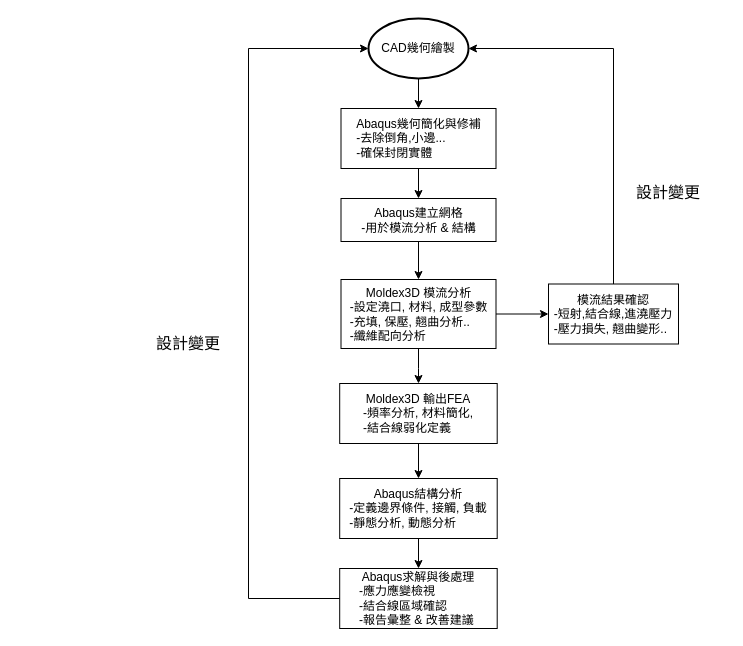
This is Moldex3D_abaqus.drawio from TerryChan726/draw_io, a draw.io file, before an edit. Source tidied: cells renumbered, new cells numbered last; positions are measured from the earlier drawing's top-left corner, leaving out a move shared by most shapes. Both pictures are drawn from the tidied source at 100%, with x=0, y=0 at pixel (138, 18).
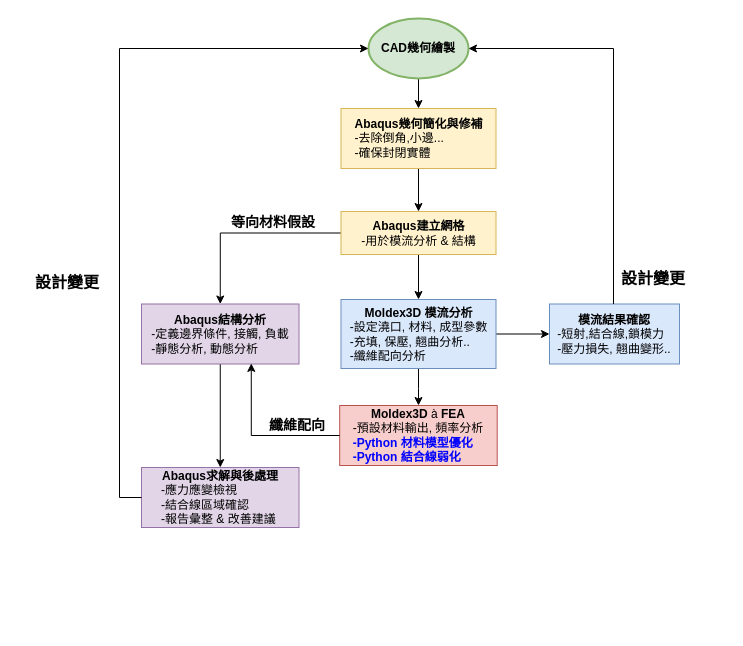
Above is the later version.

Diff of the diagram source:
```diff
@@
-    <mxCell id="3" value="Abaqus幾何簡化與修補&lt;div&gt;&lt;div style=&quot;text-align: left;&quot;&gt;&lt;span style=&quot;background-color: transparent; color: light-dark(rgb(0, 0, 0), rgb(255, 255, 255));&quot;&gt;-去除倒角,小邊...&lt;/span&gt;&lt;/div&gt;&lt;/div&gt;&lt;div style=&quot;text-align: left;&quot;&gt;&lt;span style=&quot;background-color: transparent; color: light-dark(rgb(0, 0, 0), rgb(255, 255, 255));&quot;&gt;-確保封閉實體&lt;/span&gt;&lt;/div&gt;" style="rounded=0;whiteSpace=wrap;html=1;" parent="1" vertex="1">
+    <mxCell id="3" value="&lt;b&gt;Abaqus幾何簡化與修補&lt;/b&gt;&lt;div&gt;&lt;div style=&quot;text-align: left;&quot;&gt;&lt;span style=&quot;background-color: transparent; color: light-dark(rgb(0, 0, 0), rgb(255, 255, 255));&quot;&gt;-去除倒角,小邊...&lt;/span&gt;&lt;/div&gt;&lt;/div&gt;&lt;div style=&quot;text-align: left;&quot;&gt;&lt;span style=&quot;background-color: transparent; color: light-dark(rgb(0, 0, 0), rgb(255, 255, 255));&quot;&gt;-確保封閉實體&lt;/span&gt;&lt;/div&gt;" style="rounded=0;whiteSpace=wrap;html=1;fillColor=#fff2cc;strokeColor=#d6b656;" parent="1" vertex="1">
       <mxGeometry x="202.5" y="90" width="155" height="60" as="geometry" />
     </mxCell>
@@
-    <mxCell id="5" value="CAD幾何繪製" style="strokeWidth=2;html=1;shape=mxgraph.flowchart.start_1;whiteSpace=wrap;" parent="1" vertex="1">
+    <mxCell id="5" value="&lt;b&gt;CAD幾何繪製&lt;/b&gt;" style="strokeWidth=2;html=1;shape=mxgraph.flowchart.start_1;whiteSpace=wrap;fillColor=#d5e8d4;strokeColor=#82b366;" parent="1" vertex="1">
       <mxGeometry x="230" width="100" height="60" as="geometry" />
     </mxCell>
@@
+    <mxCell id="21" style="edgeStyle=orthogonalEdgeStyle;rounded=0;jettySize=auto;html=1;exitX=0;exitY=0.5;exitDx=0;exitDy=0;entryX=0.5;entryY=0;entryDx=0;entryDy=0;" parent="1" edge="1" source="7" target="14">
+      <mxGeometry relative="1" as="geometry" />
+    </mxCell>
-    <mxCell id="7" value="&lt;div style=&quot;&quot;&gt;&lt;span style=&quot;background-color: transparent; color: light-dark(rgb(0, 0, 0), rgb(255, 255, 255));&quot;&gt;Abaqus建立網格&lt;/span&gt;&lt;/div&gt;&lt;div&gt;&lt;div style=&quot;text-align: left;&quot;&gt;&lt;span style=&quot;background-color: transparent; color: light-dark(rgb(0, 0, 0), rgb(255, 255, 255));&quot;&gt;-用於模流分析 &amp;amp; 結構&lt;/span&gt;&lt;/div&gt;&lt;/div&gt;" style="rounded=0;whiteSpace=wrap;html=1;" parent="1" vertex="1">
-      <mxGeometry x="202.5" y="180" width="155" height="43" as="geometry" />
+    <mxCell id="7" value="&lt;div style=&quot;&quot;&gt;&lt;span style=&quot;background-color: transparent; color: light-dark(rgb(0, 0, 0), rgb(255, 255, 255));&quot;&gt;&lt;b&gt;Abaqus建立網格&lt;/b&gt;&lt;/span&gt;&lt;/div&gt;&lt;div&gt;&lt;div style=&quot;text-align: left;&quot;&gt;&lt;span style=&quot;background-color: transparent; color: light-dark(rgb(0, 0, 0), rgb(255, 255, 255));&quot;&gt;-用於模流分析 &amp;amp; 結構&lt;/span&gt;&lt;/div&gt;&lt;/div&gt;" style="rounded=0;whiteSpace=wrap;html=1;fillColor=#fff2cc;strokeColor=#d6b656;" parent="1" vertex="1">
+      <mxGeometry x="202.5" y="193" width="155" height="43" as="geometry" />
     </mxCell>
@@
-    <mxCell id="10" value="&lt;div style=&quot;&quot;&gt;&lt;span style=&quot;background-color: transparent; color: light-dark(rgb(0, 0, 0), rgb(255, 255, 255));&quot;&gt;Moldex3D 模流分析&lt;/span&gt;&lt;/div&gt;&lt;div style=&quot;text-align: left;&quot;&gt;-設定澆口, 材料, 成型參數&lt;/div&gt;&lt;div style=&quot;text-align: left;&quot;&gt;-充填, 保壓, 翹曲分析..&lt;/div&gt;&lt;div style=&quot;text-align: left;&quot;&gt;-纖維配向分析&lt;/div&gt;" style="rounded=0;whiteSpace=wrap;html=1;align=center;" parent="1" vertex="1">
-      <mxGeometry x="202.5" y="261" width="155" height="69" as="geometry" />
+    <mxCell id="10" value="&lt;div style=&quot;&quot;&gt;&lt;span style=&quot;background-color: transparent; color: light-dark(rgb(0, 0, 0), rgb(255, 255, 255));&quot;&gt;&lt;b&gt;Moldex3D 模流分析&lt;/b&gt;&lt;/span&gt;&lt;/div&gt;&lt;div style=&quot;text-align: left;&quot;&gt;-設定澆口, 材料, 成型參數&lt;/div&gt;&lt;div style=&quot;text-align: left;&quot;&gt;-充填, 保壓, 翹曲分析..&lt;/div&gt;&lt;div style=&quot;text-align: left;&quot;&gt;-纖維配向分析&lt;/div&gt;" style="rounded=0;whiteSpace=wrap;html=1;align=center;fillColor=#dae8fc;strokeColor=#6c8ebf;" parent="1" vertex="1">
+      <mxGeometry x="202.5" y="281" width="155" height="69" as="geometry" />
     </mxCell>
-    <mxCell id="11" style="edgeStyle=orthogonalEdgeStyle;rounded=0;jettySize=auto;html=1;" parent="1" edge="1" source="12" target="14">
-      <mxGeometry relative="1" as="geometry" />
-    </mxCell>
-    <mxCell id="12" value="&lt;div style=&quot;&quot;&gt;&lt;span style=&quot;background-color: transparent; color: light-dark(rgb(0, 0, 0), rgb(255, 255, 255));&quot;&gt;Moldex3D 輸出FEA&lt;/span&gt;&lt;/div&gt;&lt;div&gt;-頻率分析,&amp;nbsp;&lt;span style=&quot;background-color: transparent; color: light-dark(rgb(0, 0, 0), rgb(255, 255, 255));&quot;&gt;材料簡化,&lt;/span&gt;&lt;/div&gt;&lt;div style=&quot;text-align: left;&quot;&gt;&lt;span style=&quot;background-color: transparent; color: light-dark(rgb(0, 0, 0), rgb(255, 255, 255));&quot;&gt;-結合線弱化定義&lt;/span&gt;&lt;/div&gt;" style="rounded=0;whiteSpace=wrap;html=1;align=center;" parent="1" vertex="1">
-      <mxGeometry x="201.2" y="365" width="157.5" height="60" as="geometry" />
+    <mxCell id="12" value="&lt;div style=&quot;&quot;&gt;&lt;span style=&quot;background-color: transparent; color: light-dark(rgb(0, 0, 0), rgb(255, 255, 255));&quot;&gt;&lt;b&gt;Moldex3D&amp;nbsp;&lt;/b&gt;&lt;/span&gt;&lt;span style=&quot;font-family: Wingdings; background-color: transparent; color: light-dark(rgb(0, 0, 0), rgb(255, 255, 255));&quot;&gt;&lt;font&gt;à&lt;/font&gt;&lt;/span&gt;&lt;b style=&quot;background-color: transparent; color: light-dark(rgb(0, 0, 0), rgb(255, 255, 255));&quot;&gt;&amp;nbsp;FEA&lt;/b&gt;&lt;/div&gt;&lt;div style=&quot;text-align: left;&quot;&gt;-預設材料輸出, 頻率分析&lt;/div&gt;&lt;div style=&quot;text-align: left;&quot;&gt;&lt;span style=&quot;background-color: transparent;&quot;&gt;&lt;font style=&quot;color: rgb(0, 0, 255);&quot;&gt;&lt;b&gt;-Python 材料模型優化&lt;/b&gt;&lt;/font&gt;&lt;/span&gt;&lt;/div&gt;&lt;div style=&quot;text-align: left;&quot;&gt;&lt;font style=&quot;color: rgb(0, 0, 255);&quot;&gt;&lt;b&gt;-Python 結合線弱化&lt;/b&gt;&lt;/font&gt;&lt;/div&gt;" style="rounded=0;whiteSpace=wrap;html=1;align=center;fillColor=#f8cecc;strokeColor=#b85450;" parent="1" vertex="1">
+      <mxGeometry x="201.2" y="387" width="157.5" height="60" as="geometry" />
     </mxCell>
-    <mxCell id="13" style="edgeStyle=orthogonalEdgeStyle;rounded=0;jettySize=auto;html=1;" parent="1" edge="1" source="14" target="15">
-      <mxGeometry relative="1" as="geometry" />
-    </mxCell>
-    <mxCell id="14" value="&lt;div style=&quot;&quot;&gt;Abaqus結構分析&lt;/div&gt;&lt;div&gt;-定義邊界條件, 接觸, 負載&lt;/div&gt;&lt;div style=&quot;text-align: left;&quot;&gt;&lt;span style=&quot;background-color: transparent; color: light-dark(rgb(0, 0, 0), rgb(255, 255, 255));&quot;&gt;-靜態分析, 動態分析&lt;/span&gt;&lt;/div&gt;" style="rounded=0;whiteSpace=wrap;html=1;align=center;" parent="1" vertex="1">
-      <mxGeometry x="201.2" y="460" width="157.5" height="60" as="geometry" />
-    </mxCell>
-    <mxCell id="15" value="&lt;div style=&quot;&quot;&gt;Abaqus求解與後處理&lt;/div&gt;&lt;div style=&quot;text-align: left;&quot;&gt;-應力應變檢視&lt;/div&gt;&lt;div style=&quot;text-align: left;&quot;&gt;-結合線區域確認&lt;/div&gt;&lt;div style=&quot;text-align: left;&quot;&gt;-報告彙整 &amp;amp; 改善建議&amp;nbsp;&lt;/div&gt;" style="rounded=0;whiteSpace=wrap;html=1;align=center;" parent="1" vertex="1">
-      <mxGeometry x="201.2" y="550" width="157.5" height="60" as="geometry" />
+    <mxCell id="15" value="&lt;div style=&quot;&quot;&gt;&lt;b&gt;Abaqus求解與後處理&lt;/b&gt;&lt;/div&gt;&lt;div style=&quot;text-align: left;&quot;&gt;-應力應變檢視&lt;/div&gt;&lt;div style=&quot;text-align: left;&quot;&gt;-結合線區域確認&lt;/div&gt;&lt;div style=&quot;text-align: left;&quot;&gt;-報告彙整 &amp;amp; 改善建議&amp;nbsp;&lt;/div&gt;" style="rounded=0;whiteSpace=wrap;html=1;align=center;fillColor=#e1d5e7;strokeColor=#9673a6;" parent="1" vertex="1">
+      <mxGeometry x="3" y="449" width="157.5" height="60" as="geometry" />
     </mxCell>
-    <mxCell id="16" value="模流結果確認&lt;div style=&quot;text-align: left;&quot;&gt;-短射,結合線,進澆壓力&lt;/div&gt;&lt;div style=&quot;text-align: left;&quot;&gt;&lt;span style=&quot;background-color: transparent; color: light-dark(rgb(0, 0, 0), rgb(255, 255, 255));&quot;&gt;-壓力損失, 翹曲變形..&lt;/span&gt;&lt;/div&gt;" style="whiteSpace=wrap;html=1;rounded=0;" parent="1" vertex="1">
-      <mxGeometry x="410" y="265.5" width="130" height="60" as="geometry" />
+    <mxCell id="16" value="&lt;b&gt;模流結果確認&lt;/b&gt;&lt;div style=&quot;text-align: left;&quot;&gt;-短射,結合線,鎖模力&lt;/div&gt;&lt;div style=&quot;text-align: left;&quot;&gt;&lt;span style=&quot;background-color: transparent; color: light-dark(rgb(0, 0, 0), rgb(255, 255, 255));&quot;&gt;-壓力損失, 翹曲變形..&lt;/span&gt;&lt;/div&gt;" style="whiteSpace=wrap;html=1;rounded=0;fillColor=#dae8fc;strokeColor=#6c8ebf;" parent="1" vertex="1">
+      <mxGeometry x="411" y="285.5" width="130" height="60" as="geometry" />
     </mxCell>
@@
     <mxCell id="18" style="edgeStyle=orthogonalEdgeStyle;rounded=0;jettySize=auto;html=1;entryX=0;entryY=0.5;entryDx=0;entryDy=0;entryPerimeter=0;" parent="1" edge="1" source="15" target="5">
       <mxGeometry relative="1" as="geometry">
         <Array as="points">
-          <mxPoint x="110" y="580" />
-          <mxPoint x="110" y="30" />
+          <mxPoint x="-19" y="479" />
+          <mxPoint x="-19" y="30" />
         </Array>
       </mxGeometry>
     </mxCell>
-    <mxCell id="19" value="設計變更" style="text;html=1;align=center;verticalAlign=middle;whiteSpace=wrap;rounded=0;fontSize=16;" parent="1" vertex="1">
-      <mxGeometry x="472" y="159" width="116" height="30" as="geometry" />
+    <mxCell id="19" value="&lt;b&gt;設計變更&lt;/b&gt;" style="text;html=1;align=center;verticalAlign=middle;whiteSpace=wrap;rounded=0;fontSize=16;" parent="1" vertex="1">
+      <mxGeometry x="457" y="241.5" width="116" height="37" as="geometry" />
     </mxCell>
-    <mxCell id="20" value="設計變更" style="text;html=1;align=center;verticalAlign=middle;whiteSpace=wrap;rounded=0;fontSize=16;" parent="1" vertex="1">
-      <mxGeometry y="310" width="100" height="30" as="geometry" />
+    <mxCell id="20" value="&lt;b&gt;設計變更&lt;/b&gt;" style="text;html=1;align=center;verticalAlign=middle;whiteSpace=wrap;rounded=0;fontSize=16;" parent="1" vertex="1">
+      <mxGeometry x="-121" y="248.5" width="100" height="30" as="geometry" />
     </mxCell>
+    <mxCell id="13" style="edgeStyle=orthogonalEdgeStyle;rounded=0;jettySize=auto;html=1;" parent="1" edge="1" source="14" target="15">
+      <mxGeometry relative="1" as="geometry" />
+    </mxCell>
+    <mxCell id="14" value="&lt;div style=&quot;&quot;&gt;&lt;b&gt;Abaqus結構分析&lt;/b&gt;&lt;/div&gt;&lt;div&gt;-定義邊界條件, 接觸, 負載&lt;/div&gt;&lt;div style=&quot;text-align: left;&quot;&gt;&lt;span style=&quot;background-color: transparent; color: light-dark(rgb(0, 0, 0), rgb(255, 255, 255));&quot;&gt;-靜態分析, 動態分析&lt;/span&gt;&lt;/div&gt;" style="rounded=0;whiteSpace=wrap;html=1;align=center;fillColor=#e1d5e7;strokeColor=#9673a6;" parent="1" vertex="1">
+      <mxGeometry x="3" y="285.5" width="157.5" height="60" as="geometry" />
+    </mxCell>
+    <mxCell id="11" style="edgeStyle=orthogonalEdgeStyle;rounded=0;jettySize=auto;html=1;exitX=0;exitY=0.5;exitDx=0;exitDy=0;entryX=0.697;entryY=0.99;entryDx=0;entryDy=0;entryPerimeter=0;" parent="1" edge="1" source="12" target="14">
+      <mxGeometry relative="1" as="geometry" />
+    </mxCell>
+    <mxCell id="22" value="&lt;b&gt;&lt;font style=&quot;font-size: 14px;&quot;&gt;等向材料假設&lt;/font&gt;&lt;/b&gt;" style="text;html=1;align=center;verticalAlign=middle;whiteSpace=wrap;rounded=0;fontSize=16;" parent="1" vertex="1">
+      <mxGeometry x="77" y="184" width="116" height="37" as="geometry" />
+    </mxCell>
+    <mxCell id="23" value="&lt;b&gt;&lt;font style=&quot;font-size: 14px;&quot;&gt;纖維配向&lt;/font&gt;&lt;/b&gt;" style="text;html=1;align=center;verticalAlign=middle;whiteSpace=wrap;rounded=0;fontSize=16;" parent="1" vertex="1">
+      <mxGeometry x="101" y="387" width="116" height="37" as="geometry" />
+    </mxCell>
```
